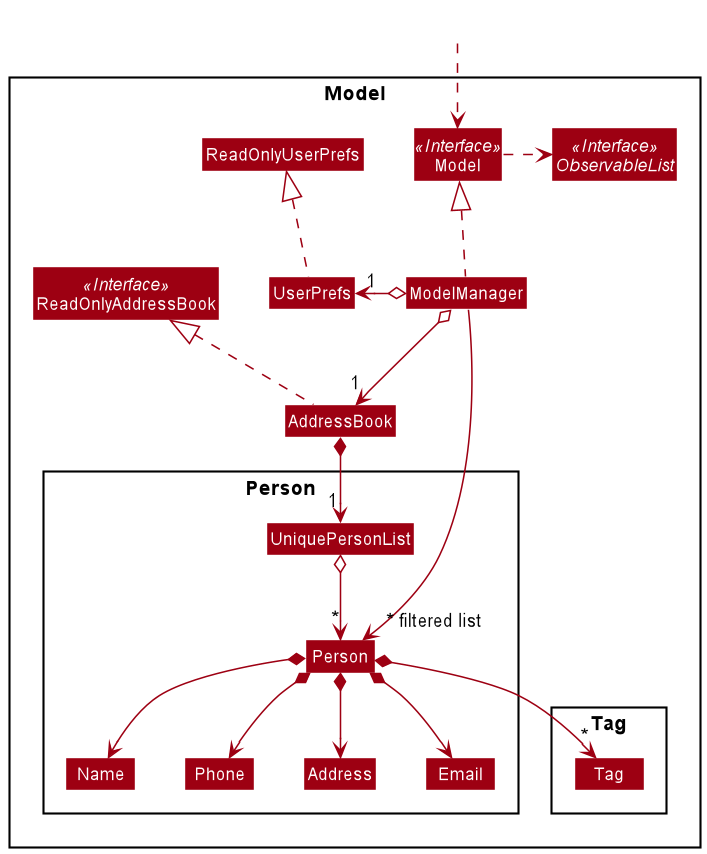
Earlier version of the PlantUML export docs/images/ModelClassDiagram.png (se-edu/addressbook-level3).
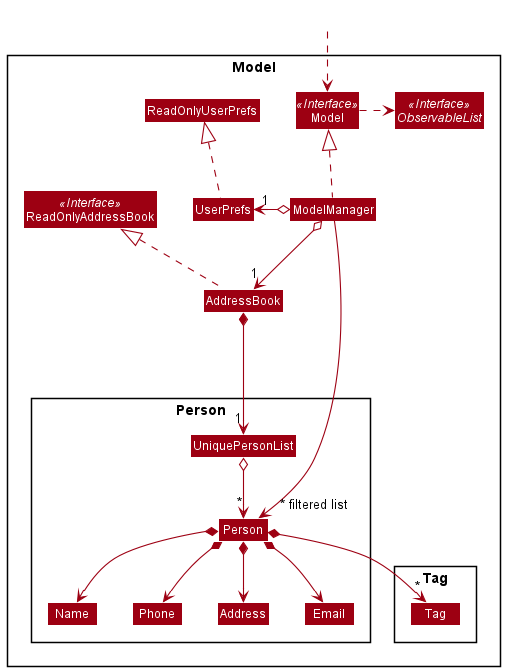
The same diagram one commit later.

Commit message:
Interdiff between v1 and v2

What changed in the source:
```diff
@@ -52,5 +52,5 @@
 Phone -[hidden]right-> Address
 Address -[hidden]right-> Email
 
-ModelManager -->"~* filtered list" Person
+ModelManager ----->" ~* filtered list" Person
 @enduml
```
